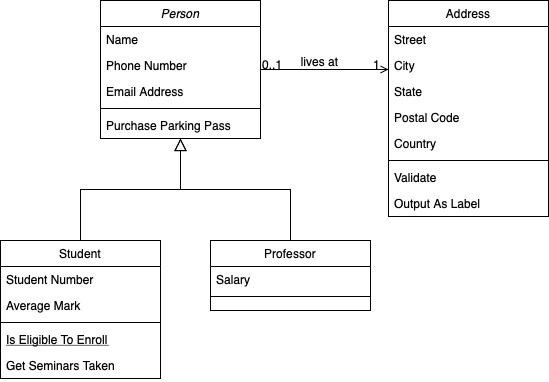
Before: 전체 DB.drawio.png, a diagram exported from draw.io (korea29/2024-01-CSC4004-03-Summer). Source tidied: cells renumbered, new cells last; positions are measured from the earlier drawing's top-left corner, leaving out a move shared by most shapes. The source it was exported from:
```xml
<mxGraphModel>
  <root>
    <mxCell id="0" />
    <mxCell id="1" parent="0" />
    <mxCell id="2" value="Person" style="swimlane;fontStyle=2;align=center;verticalAlign=top;horizontal=1;startSize=26;rounded=0;shadow=0;strokeWidth=1;" parent="1" vertex="1">
      <mxGeometry x="100" width="160" height="138" as="geometry" />
    </mxCell>
    <mxCell id="3" value="Name" style="text;align=left;verticalAlign=top;spacingLeft=4;spacingRight=4;overflow=hidden;" parent="2" vertex="1">
      <mxGeometry y="26" width="160" height="26" as="geometry" />
    </mxCell>
    <mxCell id="4" value="Phone Number" style="text;align=left;verticalAlign=top;spacingLeft=4;spacingRight=4;overflow=hidden;rounded=0;shadow=0;html=0;" parent="2" vertex="1">
      <mxGeometry y="52" width="160" height="26" as="geometry" />
    </mxCell>
    <mxCell id="5" value="Email Address" style="text;align=left;verticalAlign=top;spacingLeft=4;spacingRight=4;overflow=hidden;rounded=0;shadow=0;html=0;" parent="2" vertex="1">
      <mxGeometry y="78" width="160" height="26" as="geometry" />
    </mxCell>
    <mxCell id="6" style="line;html=1;strokeWidth=1;align=left;verticalAlign=middle;spacingTop=-1;spacingLeft=3;spacingRight=3;labelPosition=right;" parent="2" vertex="1">
      <mxGeometry y="104" width="160" height="8" as="geometry" />
    </mxCell>
    <mxCell id="7" value="Purchase Parking Pass" style="text;align=left;verticalAlign=top;spacingLeft=4;spacingRight=4;overflow=hidden;" parent="2" vertex="1">
      <mxGeometry y="112" width="160" height="26" as="geometry" />
    </mxCell>
    <mxCell id="8" value="Student" style="swimlane;fontStyle=0;align=center;verticalAlign=top;horizontal=1;startSize=26;rounded=0;shadow=0;strokeWidth=1;" parent="1" vertex="1">
      <mxGeometry y="240" width="160" height="138" as="geometry" />
    </mxCell>
    <mxCell id="9" value="Student Number" style="text;align=left;verticalAlign=top;spacingLeft=4;spacingRight=4;overflow=hidden;" parent="8" vertex="1">
      <mxGeometry y="26" width="160" height="26" as="geometry" />
    </mxCell>
    <mxCell id="10" value="Average Mark" style="text;align=left;verticalAlign=top;spacingLeft=4;spacingRight=4;overflow=hidden;rounded=0;shadow=0;html=0;" parent="8" vertex="1">
      <mxGeometry y="52" width="160" height="26" as="geometry" />
    </mxCell>
    <mxCell id="11" style="line;html=1;strokeWidth=1;align=left;verticalAlign=middle;spacingTop=-1;spacingLeft=3;spacingRight=3;labelPosition=right;" parent="8" vertex="1">
      <mxGeometry y="78" width="160" height="8" as="geometry" />
    </mxCell>
    <mxCell id="12" value="Is Eligible To Enroll" style="text;align=left;verticalAlign=top;spacingLeft=4;spacingRight=4;overflow=hidden;fontStyle=4;" parent="8" vertex="1">
      <mxGeometry y="86" width="160" height="26" as="geometry" />
    </mxCell>
    <mxCell id="13" value="Get Seminars Taken" style="text;align=left;verticalAlign=top;spacingLeft=4;spacingRight=4;overflow=hidden;" parent="8" vertex="1">
      <mxGeometry y="112" width="160" height="26" as="geometry" />
    </mxCell>
    <mxCell id="14" style="endArrow=block;endSize=10;endFill=0;shadow=0;strokeWidth=1;rounded=0;curved=0;edgeStyle=elbowEdgeStyle;elbow=vertical;" parent="1" edge="1" source="8" target="2">
      <mxGeometry relative="1" as="geometry" />
    </mxCell>
    <mxCell id="15" value="Professor" style="swimlane;fontStyle=0;align=center;verticalAlign=top;horizontal=1;startSize=26;rounded=0;shadow=0;strokeWidth=1;" parent="1" vertex="1">
      <mxGeometry x="210" y="240" width="160" height="70" as="geometry" />
    </mxCell>
    <mxCell id="16" value="Salary" style="text;align=left;verticalAlign=top;spacingLeft=4;spacingRight=4;overflow=hidden;" parent="15" vertex="1">
      <mxGeometry y="26" width="160" height="26" as="geometry" />
    </mxCell>
    <mxCell id="17" style="line;html=1;strokeWidth=1;align=left;verticalAlign=middle;spacingTop=-1;spacingLeft=3;spacingRight=3;labelPosition=right;" parent="15" vertex="1">
      <mxGeometry y="52" width="160" height="8" as="geometry" />
    </mxCell>
    <mxCell id="18" style="endArrow=block;endSize=10;endFill=0;shadow=0;strokeWidth=1;rounded=0;curved=0;edgeStyle=elbowEdgeStyle;elbow=vertical;" parent="1" edge="1" source="15" target="2">
      <mxGeometry relative="1" as="geometry" />
    </mxCell>
    <mxCell id="19" value="Address" style="swimlane;fontStyle=0;align=center;verticalAlign=top;horizontal=1;startSize=26;rounded=0;shadow=0;strokeWidth=1;" parent="1" vertex="1">
      <mxGeometry x="388" width="160" height="216" as="geometry" />
    </mxCell>
    <mxCell id="20" value="Street" style="text;align=left;verticalAlign=top;spacingLeft=4;spacingRight=4;overflow=hidden;" parent="19" vertex="1">
      <mxGeometry y="26" width="160" height="26" as="geometry" />
    </mxCell>
    <mxCell id="21" value="City" style="text;align=left;verticalAlign=top;spacingLeft=4;spacingRight=4;overflow=hidden;rounded=0;shadow=0;html=0;" parent="19" vertex="1">
      <mxGeometry y="52" width="160" height="26" as="geometry" />
    </mxCell>
    <mxCell id="22" value="State" style="text;align=left;verticalAlign=top;spacingLeft=4;spacingRight=4;overflow=hidden;rounded=0;shadow=0;html=0;" parent="19" vertex="1">
      <mxGeometry y="78" width="160" height="26" as="geometry" />
    </mxCell>
    <mxCell id="23" value="Postal Code" style="text;align=left;verticalAlign=top;spacingLeft=4;spacingRight=4;overflow=hidden;rounded=0;shadow=0;html=0;" parent="19" vertex="1">
      <mxGeometry y="104" width="160" height="26" as="geometry" />
    </mxCell>
    <mxCell id="24" value="Country" style="text;align=left;verticalAlign=top;spacingLeft=4;spacingRight=4;overflow=hidden;rounded=0;shadow=0;html=0;" parent="19" vertex="1">
      <mxGeometry y="130" width="160" height="26" as="geometry" />
    </mxCell>
    <mxCell id="25" style="line;html=1;strokeWidth=1;align=left;verticalAlign=middle;spacingTop=-1;spacingLeft=3;spacingRight=3;labelPosition=right;" parent="19" vertex="1">
      <mxGeometry y="156" width="160" height="8" as="geometry" />
    </mxCell>
    <mxCell id="26" value="Validate" style="text;align=left;verticalAlign=top;spacingLeft=4;spacingRight=4;overflow=hidden;" parent="19" vertex="1">
      <mxGeometry y="164" width="160" height="26" as="geometry" />
    </mxCell>
    <mxCell id="27" value="Output As Label" style="text;align=left;verticalAlign=top;spacingLeft=4;spacingRight=4;overflow=hidden;" parent="19" vertex="1">
      <mxGeometry y="190" width="160" height="26" as="geometry" />
    </mxCell>
    <mxCell id="28" style="endArrow=open;shadow=0;strokeWidth=1;rounded=0;curved=0;endFill=1;edgeStyle=elbowEdgeStyle;elbow=vertical;" parent="1" edge="1" source="2" target="19">
      <mxGeometry x="0.5" y="41" relative="1" as="geometry">
        <mxPoint x="-40" y="32" as="offset" />
      </mxGeometry>
    </mxCell>
    <mxCell id="29" value="0..1" style="align=left;verticalAlign=bottom;labelBackgroundColor=none;fontSize=12;" parent="28" vertex="1">
      <mxGeometry x="-1" relative="1" as="geometry">
        <mxPoint y="4" as="offset" />
      </mxGeometry>
    </mxCell>
    <mxCell id="30" value="1" style="align=right;verticalAlign=bottom;labelBackgroundColor=none;fontSize=12;" parent="28" vertex="1">
      <mxGeometry x="1" relative="1" as="geometry">
        <mxPoint x="-7" y="4" as="offset" />
      </mxGeometry>
    </mxCell>
    <mxCell id="31" value="lives at" style="text;html=1;align=center;verticalAlign=middle;labelBackgroundColor=none;rounded=0;shadow=0;strokeWidth=1;fontSize=12;" parent="28" vertex="1">
      <mxGeometry x="0.5" y="49" relative="1" as="geometry">
        <mxPoint x="-38" y="40" as="offset" />
      </mxGeometry>
    </mxCell>
  </root>
</mxGraphModel>
```
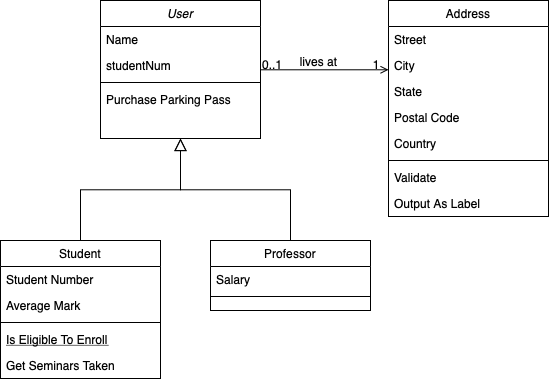
After the commit.

Commit message:
전체 DB.drawio.png 업데이트

Change to the diagram source:
```diff
@@ -2,23 +2,20 @@
   <root>
     <mxCell id="0" />
     <mxCell id="1" parent="0" />
-    <mxCell id="2" value="Person" style="swimlane;fontStyle=2;align=center;verticalAlign=top;horizontal=1;startSize=26;rounded=0;shadow=0;strokeWidth=1;" parent="1" vertex="1">
+    <mxCell id="2" value="User" style="swimlane;fontStyle=2;align=center;verticalAlign=top;horizontal=1;startSize=26;rounded=0;shadow=0;strokeWidth=1;" parent="1" vertex="1">
       <mxGeometry x="100" width="160" height="138" as="geometry" />
     </mxCell>
     <mxCell id="3" value="Name" style="text;align=left;verticalAlign=top;spacingLeft=4;spacingRight=4;overflow=hidden;" parent="2" vertex="1">
       <mxGeometry y="26" width="160" height="26" as="geometry" />
     </mxCell>
-    <mxCell id="4" value="Phone Number" style="text;align=left;verticalAlign=top;spacingLeft=4;spacingRight=4;overflow=hidden;rounded=0;shadow=0;html=0;" parent="2" vertex="1">
+    <mxCell id="4" value="studentNum" style="text;align=left;verticalAlign=top;spacingLeft=4;spacingRight=4;overflow=hidden;rounded=0;shadow=0;html=0;" parent="2" vertex="1">
       <mxGeometry y="52" width="160" height="26" as="geometry" />
     </mxCell>
-    <mxCell id="5" value="Email Address" style="text;align=left;verticalAlign=top;spacingLeft=4;spacingRight=4;overflow=hidden;rounded=0;shadow=0;html=0;" parent="2" vertex="1">
-      <mxGeometry y="78" width="160" height="26" as="geometry" />
-    </mxCell>
     <mxCell id="6" style="line;html=1;strokeWidth=1;align=left;verticalAlign=middle;spacingTop=-1;spacingLeft=3;spacingRight=3;labelPosition=right;" parent="2" vertex="1">
-      <mxGeometry y="104" width="160" height="8" as="geometry" />
+      <mxGeometry y="78" width="160" height="8" as="geometry" />
     </mxCell>
     <mxCell id="7" value="Purchase Parking Pass" style="text;align=left;verticalAlign=top;spacingLeft=4;spacingRight=4;overflow=hidden;" parent="2" vertex="1">
-      <mxGeometry y="112" width="160" height="26" as="geometry" />
+      <mxGeometry y="86" width="160" height="26" as="geometry" />
     </mxCell>
     <mxCell id="8" value="Student" style="swimlane;fontStyle=0;align=center;verticalAlign=top;horizontal=1;startSize=26;rounded=0;shadow=0;strokeWidth=1;" parent="1" vertex="1">
       <mxGeometry y="240" width="160" height="138" as="geometry" />
```
